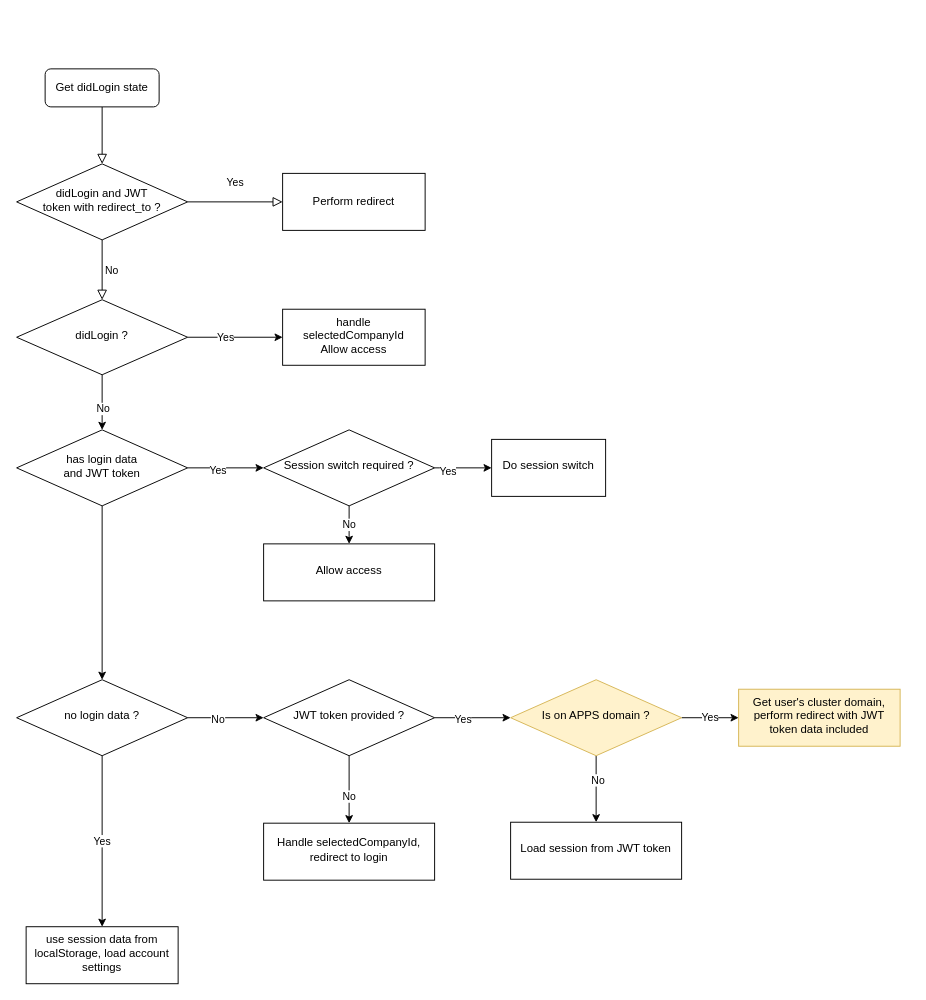
Above: auth-guard.drawio in a-savka/notes (draw.io), before the change. Source tidied: cells renumbered, new cells numbered last; positions are measured from the earlier drawing's top-left corner, leaving out a move shared by most shapes. Both pictures are drawn from the tidied source at 95%, with x=0, y=0 at pixel (16, 68).
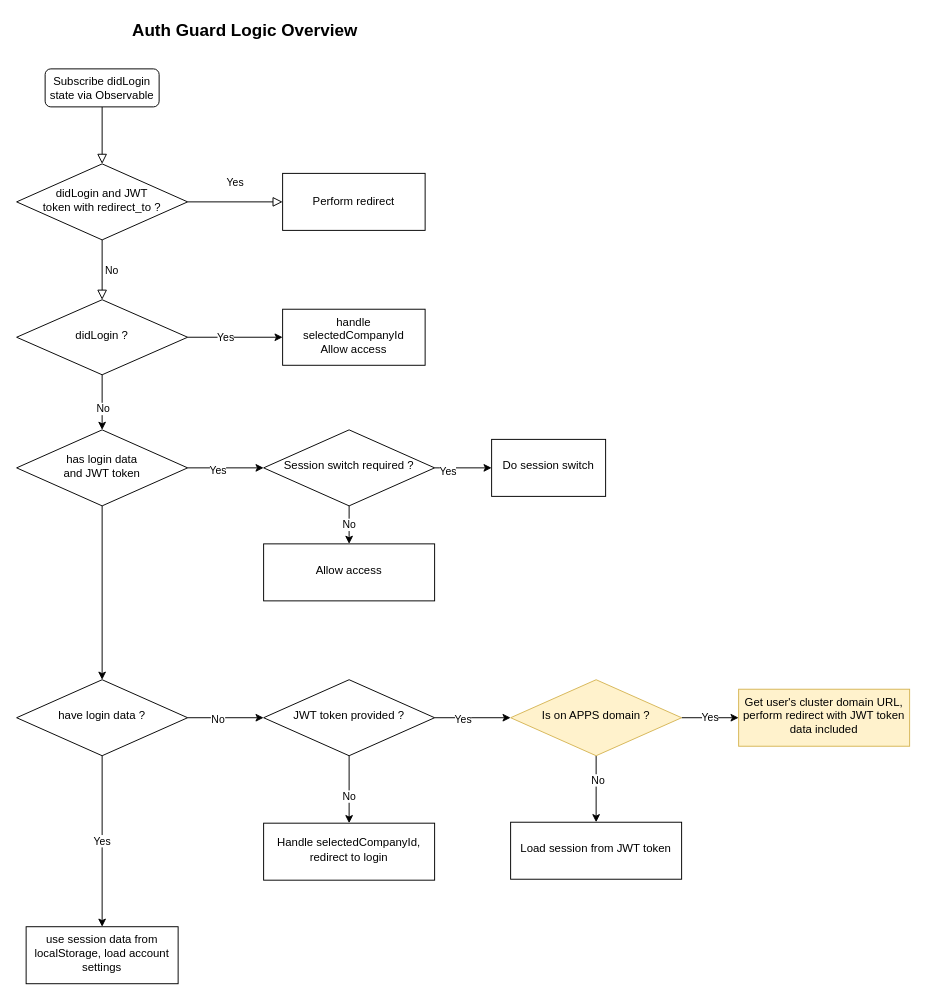
The same page after the edit.

Diff of the diagram source:
```diff
@@
-    <mxCell id="3" value="Get didLogin state" style="rounded=1;whiteSpace=wrap;html=1;fontSize=12;glass=0;strokeWidth=1;shadow=0;" parent="1" vertex="1">
+    <mxCell id="3" value="Subscribe didLogin state via Observable" style="rounded=1;whiteSpace=wrap;html=1;fontSize=12;glass=0;strokeWidth=1;shadow=0;" parent="1" vertex="1">
       <mxGeometry x="30" width="120" height="40" as="geometry" />
     </mxCell>
@@
-    <mxCell id="21" value="no login data ?" style="rhombus;whiteSpace=wrap;html=1;shadow=0;fontFamily=Helvetica;fontSize=12;align=center;strokeWidth=1;spacing=6;spacingTop=-4;" parent="1" vertex="1">
+    <mxCell id="21" value="have login data ?" style="rhombus;whiteSpace=wrap;html=1;shadow=0;fontFamily=Helvetica;fontSize=12;align=center;strokeWidth=1;spacing=6;spacingTop=-4;" parent="1" vertex="1">
       <mxGeometry y="643" width="180" height="80" as="geometry" />
     </mxCell>
@@
-    <mxCell id="39" value="&lt;div&gt;Get user's cluster domain,&lt;/div&gt;&lt;div&gt;perform redirect with JWT token data included&lt;br&gt;&lt;/div&gt;" style="whiteSpace=wrap;html=1;shadow=0;strokeWidth=1;spacing=6;spacingTop=-4;fillColor=#fff2cc;strokeColor=#d6b656;" parent="1" vertex="1">
-      <mxGeometry x="760" y="653" width="170" height="60" as="geometry" />
+    <mxCell id="39" value="&lt;div&gt;Get user's cluster domain URL,&lt;/div&gt;&lt;div&gt;perform redirect with JWT token data included&lt;br&gt;&lt;/div&gt;" style="whiteSpace=wrap;html=1;shadow=0;strokeWidth=1;spacing=6;spacingTop=-4;fillColor=#fff2cc;strokeColor=#d6b656;" parent="1" vertex="1">
+      <mxGeometry x="760" y="653" width="180" height="60" as="geometry" />
     </mxCell>
@@
+    <mxCell id="41" value="Auth Guard Logic Overview" style="text;html=1;align=center;verticalAlign=middle;fontSize=18;fontStyle=1;" parent="1" vertex="1">
+      <mxGeometry x="115" y="-55" width="250" height="30" as="geometry" />
+    </mxCell>
```
